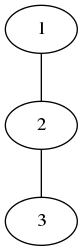
Lecton/COS-700 keeps this Graphviz diagram as Research Assignment/Draft/TEX/algorithms/graphleft.dot.png. Above is the earlier version. Its source is kept beside it as Research Assignment/Draft/TEX/algorithms/graphleft.dot.
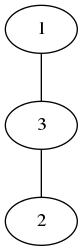
The same file after the commit.

Diff of the diagram source:
```diff
@@ -1,4 +1,4 @@
 graph mygraph{
-	1 -- 2;
-	2 -- 3;
+	1 -- 3;
+	3 -- 2;
 }
```
